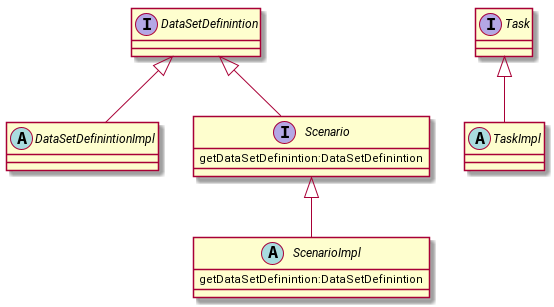
Above: doc/uml/dataSet_relations.png in zaytsevdmitry/lakehouse (PlantUML), before the change.
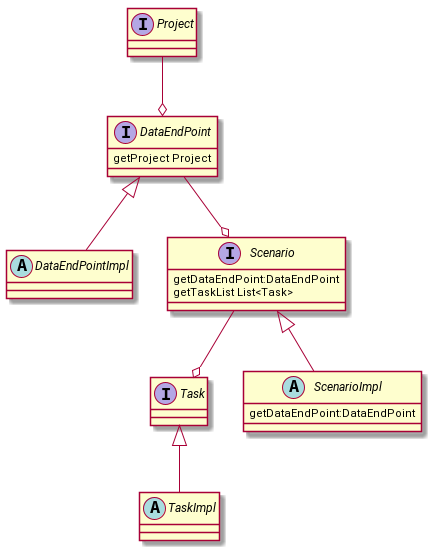
Above is the later version.

Change to the diagram source:
```diff
@@ -1,25 +1,30 @@
 @startuml
 !pragma layout smetana
 
-interface DataSetDefinintion
-abstract class DataSetDefinintionImpl{}
-DataSetDefinintion <|-- DataSetDefinintionImpl
+interface Project
 
-
-
-interface Scenario{
-getDataSetDefinintion:DataSetDefinintion
+interface DataEndPoint{
+    getProject Project
 }
-abstract class ScenarioImpl
-{
-  getDataSetDefinintion:DataSetDefinintion
-}
-Scenario <|--ScenarioImpl
-DataSetDefinintion <|--Scenario
+Project --o DataEndPoint
+abstract class DataEndPointImpl{}
+DataEndPoint <|-- DataEndPointImpl
 
 interface Task
 abstract class TaskImpl
 Task <|--TaskImpl
 
+interface Scenario{
+getDataEndPoint:DataEndPoint
+getTaskList List<Task>
+}
+Scenario --o Task
+abstract class ScenarioImpl
+{
+  getDataEndPoint:DataEndPoint
+}
+
+Scenario <|--ScenarioImpl
+DataEndPoint --o Scenario
 
 @enduml
```
